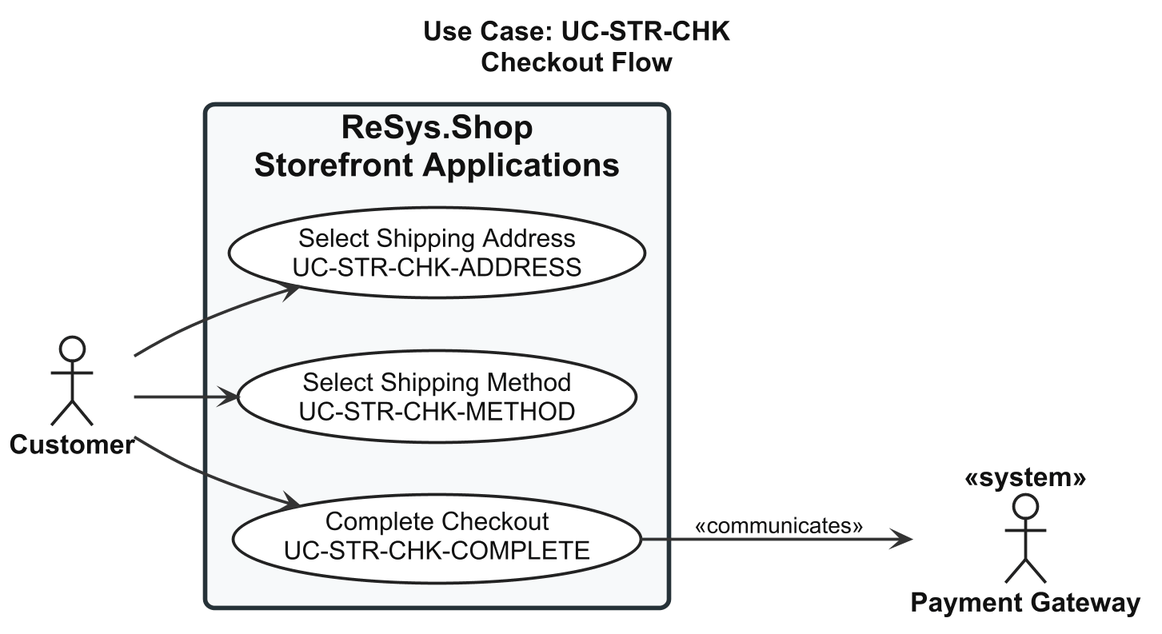
The PlantUML diagram thesis/figures/chapters/part2/ch2-design/02-use-cases/diagrams/P2S2.2.2_usecase-checkout-flow.png in qingfa-dev/ReSys.Shop, before a commit.
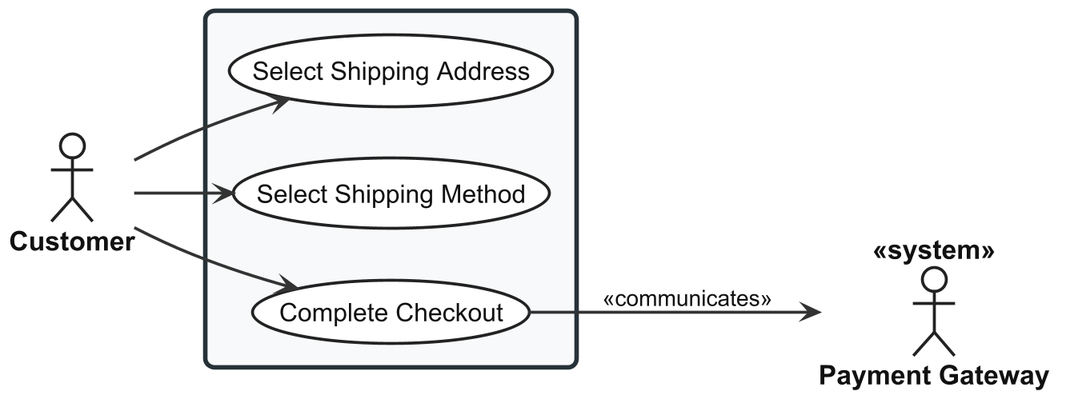
The same file after the commit.

What changed in the source:
```diff
@@ -56,18 +56,17 @@
 
 </style>
 
-title Use Case: UC-STR-CHK\nCheckout Flow
 
 actor "Customer" as Customer
 actor "Payment Gateway" as Gateway <<system>>
 
-rectangle "ReSys.Shop\nStorefront Applications" {
+rectangle {
 
-  usecase "Select Shipping Address\nUC-STR-CHK-ADDRESS" as UC_ADDRESS
+  usecase "Select Shipping Address" as UC_ADDRESS
 
-  usecase "Select Shipping Method\nUC-STR-CHK-METHOD" as UC_METHOD
+  usecase "Select Shipping Method" as UC_METHOD
 
-  usecase "Complete Checkout\nUC-STR-CHK-COMPLETE" as UC_COMPLETE
+  usecase "Complete Checkout" as UC_COMPLETE
 
 }
 
```
